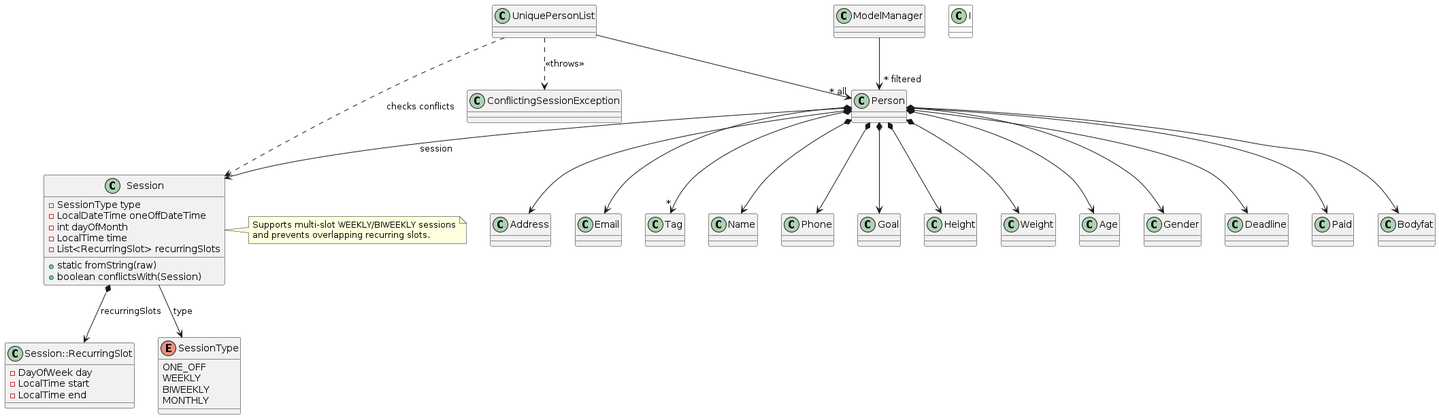
Earlier version of the PlantUML export diagrams/ModelClassDiagram.png (AY2526S1-CS2103T-F09-4/tp). Its source is kept beside it as diagrams/ModelClassDiagram.puml.
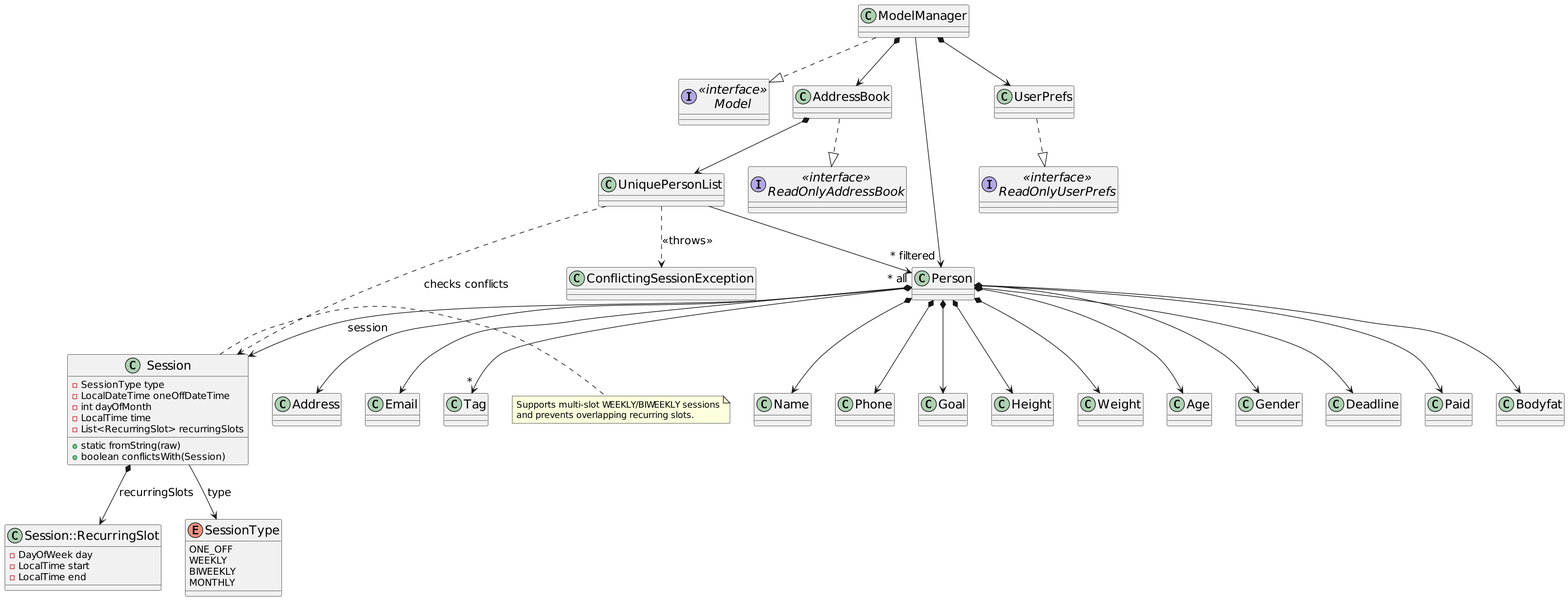
The same file after the commit.

Change to the diagram source:
```diff
@@ -1,4 +1,17 @@
 @startuml
+scale 1.75
+
+skinparam classFontSize 18
+skinparam arrowFontSize 16
+
+Interface "<<interface>>\nModel" as Model
+Class ModelManager
+Class AddressBook
+Interface "<<interface>>\nReadOnlyAddressBook" as ReadOnlyAddressBook
+Class UserPrefs
+Interface "<<interface>>\nReadOnlyUserPrefs" as ReadOnlyUserPrefs
+Class UniquePersonList
+Class Person
 
 Class Tag
 
@@ -27,8 +40,12 @@
 
 Class ConflictingSessionException
 
-Class I #FFFFFF
-
+ModelManager ..|> Model
+ModelManager *--> AddressBook
+ModelManager *--> UserPrefs
+AddressBook ..|> ReadOnlyAddressBook
+UserPrefs ..|> ReadOnlyUserPrefs
+AddressBook *--> UniquePersonList
 UniquePersonList --> "~* all" Person
 UniquePersonList ..> Session : checks conflicts
 UniquePersonList ..> ConflictingSessionException : <<throws>>
@@ -48,6 +65,7 @@
 Person *--> Session : session
 Session *--> SessionRecurringSlot : recurringSlots
 Session --> SessionType : type
+ModelManager --> "~* filtered" Person
 
 Address -[hidden]right-> Email
 
@@ -55,6 +73,4 @@
   Supports multi-slot WEEKLY/BIWEEKLY sessions
   and prevents overlapping recurring slots.
 end note
-
-ModelManager --> "~* filtered" Person
 @enduml
```
